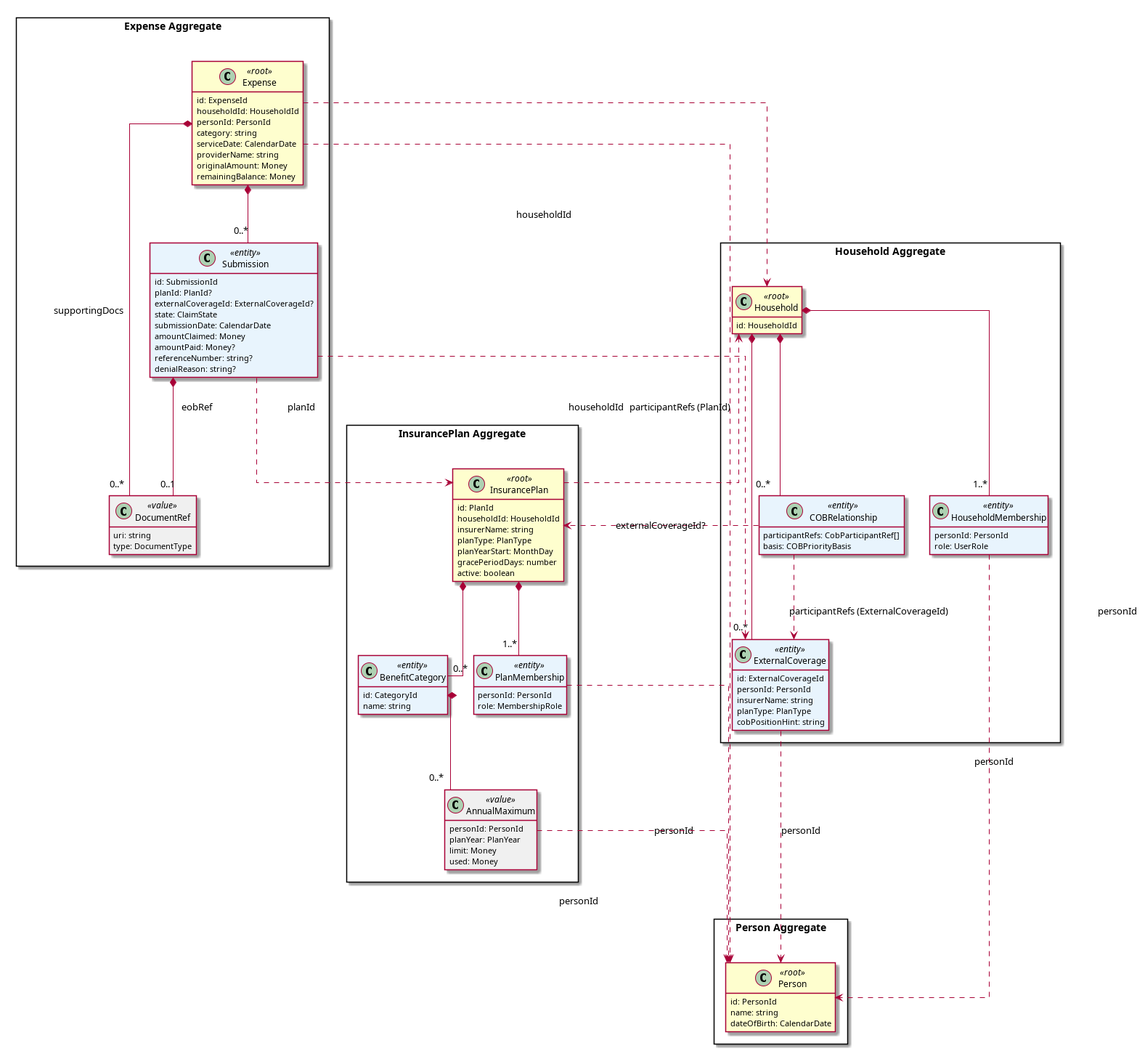
hallb/coordinate keeps this PlantUML diagram as docs/02-solution/diagrams/aggregate-map.png. Above is the earlier version.
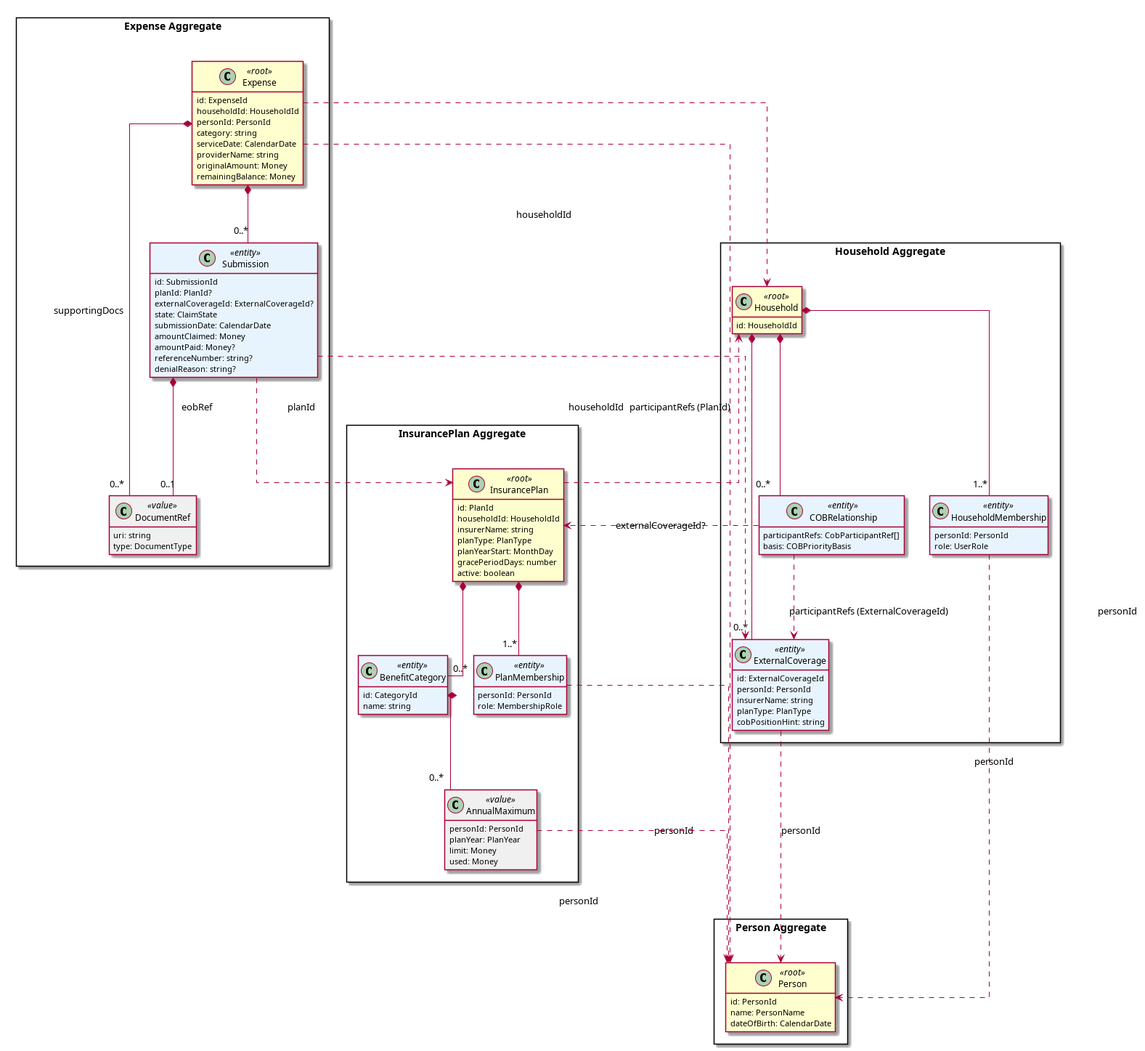
The same diagram one commit later.

Diff of the diagram source:
```diff
@@ -11,7 +11,7 @@
 package "Person Aggregate" as PA {
     class Person <<root>> {
         id: PersonId
-        name: string
+        name: PersonName
         dateOfBirth: CalendarDate
     }
 }
```
